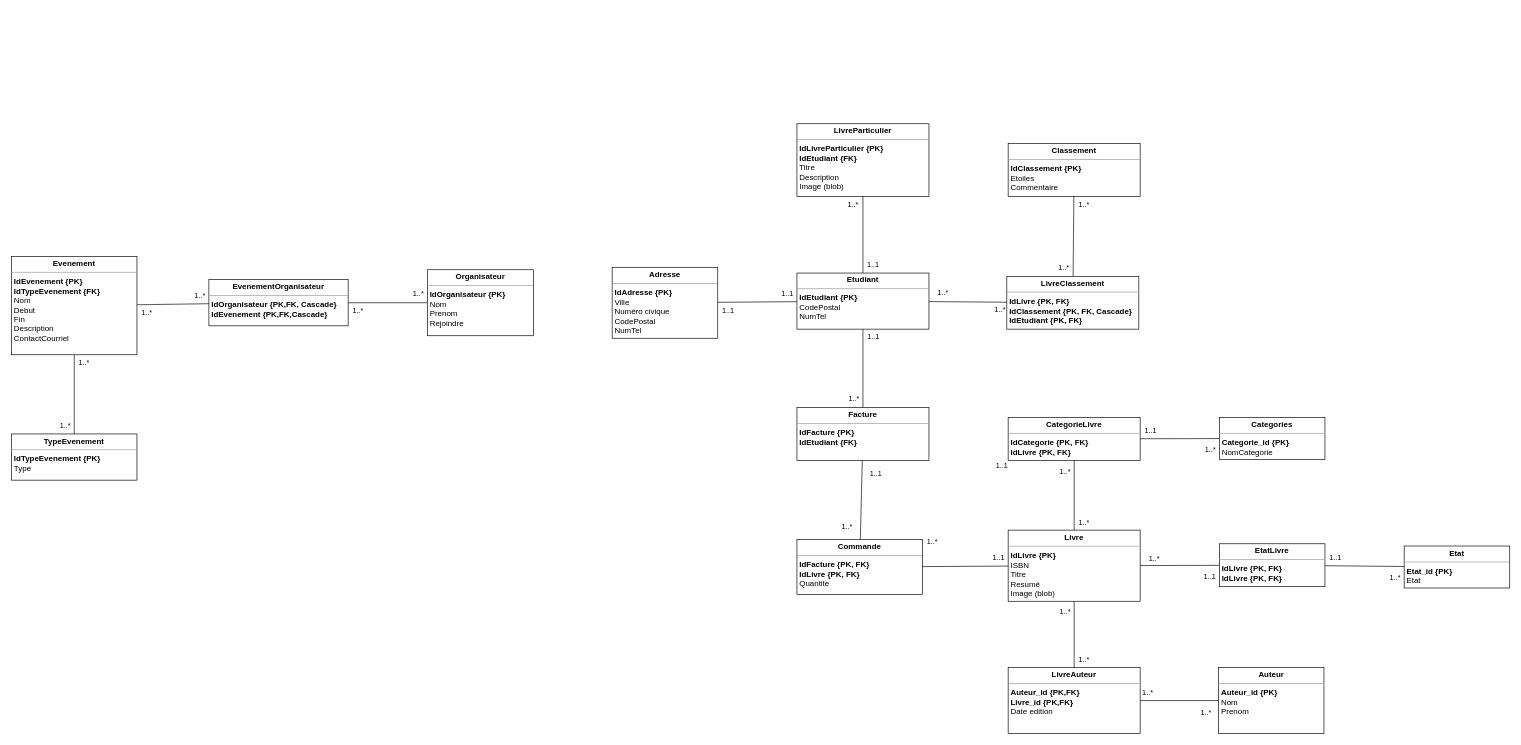
Earlier version of the draw.io diagram page "brouillon" (1 of 2) of org/diagrammes/modele-bd/modele-bd-revised.drawio (Feelschevreuil/vlisside-Survivor). Source tidied: cells renumbered, new cells numbered last; positions are measured from the earlier drawing's top-left corner, leaving out a move shared by most shapes. Both pictures are drawn from the tidied source at 66%, with x=0, y=0 at pixel (11, 123).
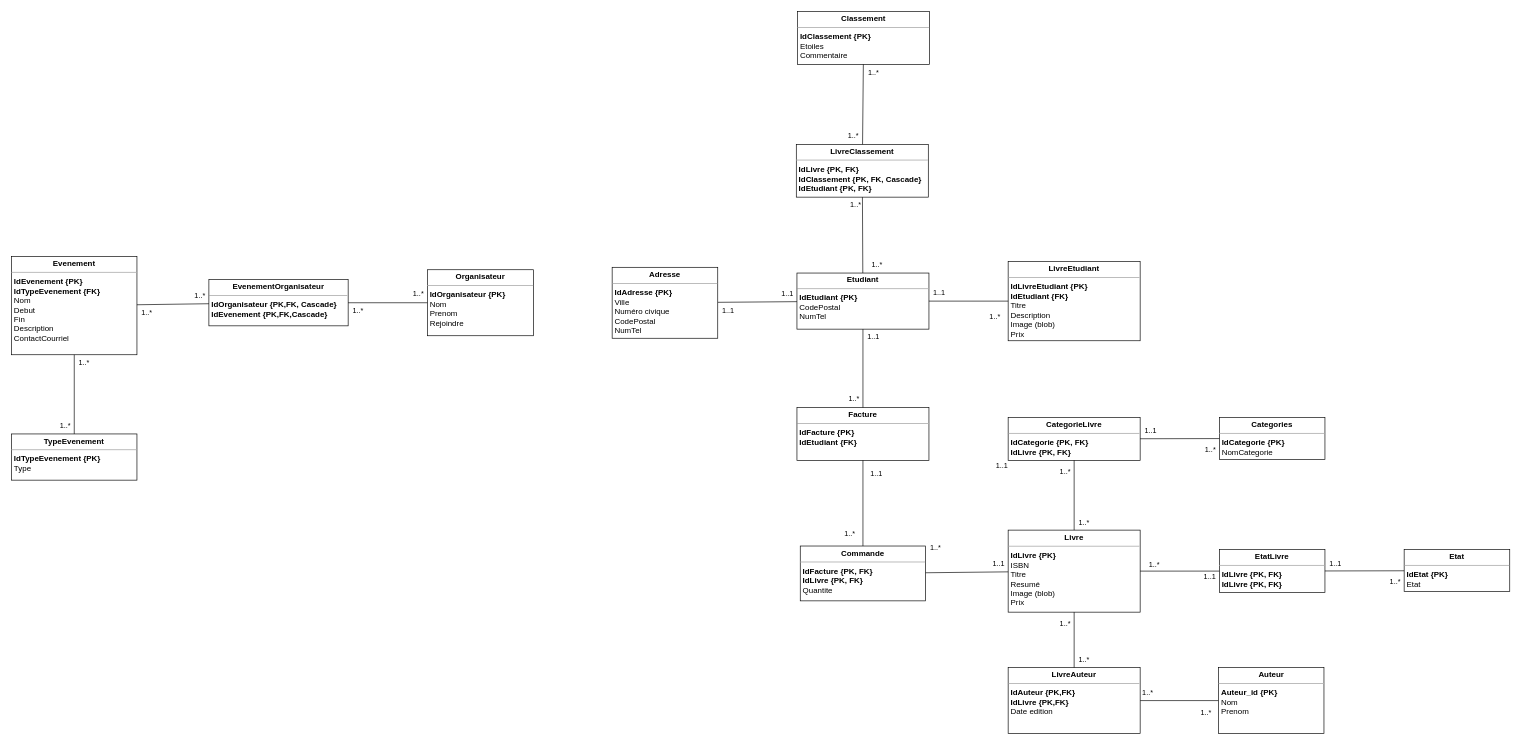
Above is the later version.

Unchanged cells that the change refers to:
```xml
<mxCell id="2" value="&lt;p style=&quot;margin: 0px ; margin-top: 4px ; text-align: center&quot;&gt;&lt;b&gt;Etudiant&lt;/b&gt;&lt;/p&gt;&lt;hr size=&quot;1&quot;&gt;&lt;p style=&quot;margin: 0px ; margin-left: 4px&quot;&gt;&lt;b&gt;IdEtudiant {PK}&lt;/b&gt;&lt;/p&gt;&lt;p style=&quot;margin: 0px ; margin-left: 4px&quot;&gt;CodePostal&lt;/p&gt;&lt;p style=&quot;margin: 0px ; margin-left: 4px&quot;&gt;NumTel&lt;/p&gt;" style="verticalAlign=top;align=left;overflow=fill;fontSize=12;fontFamily=Helvetica;html=1;" parent="1" vertex="1">
  <mxGeometry x="1190" y="226.2" width="200" height="85" as="geometry" />
</mxCell>
```

Change to the diagram source:
```diff
@@
     <mxCell id="6" value="&lt;p style=&quot;margin: 0px ; margin-top: 4px ; text-align: center&quot;&gt;&lt;b&gt;LivreClassement&lt;/b&gt;&lt;/p&gt;&lt;hr size=&quot;1&quot;&gt;&lt;p style=&quot;margin: 0px 0px 0px 4px;&quot;&gt;&lt;b&gt;IdLivre {PK, FK}&lt;/b&gt;&lt;/p&gt;&lt;p style=&quot;margin: 0px 0px 0px 4px;&quot;&gt;&lt;b&gt;IdClassement {PK, FK, Cascade}&lt;/b&gt;&lt;/p&gt;&lt;p style=&quot;margin: 0px 0px 0px 4px;&quot;&gt;&lt;b&gt;IdEtudiant {PK, FK}&lt;/b&gt;&lt;/p&gt;" style="verticalAlign=top;align=left;overflow=fill;fontSize=12;fontFamily=Helvetica;html=1;" parent="1" vertex="1">
-      <mxGeometry x="1508" y="231.2" width="200" height="80" as="geometry" />
+      <mxGeometry x="1189" y="31.2" width="200" height="80" as="geometry" />
     </mxCell>
@@
     <mxCell id="10" value="&lt;p style=&quot;margin: 0px ; margin-top: 4px ; text-align: center&quot;&gt;&lt;b&gt;Classement&lt;/b&gt;&lt;/p&gt;&lt;hr size=&quot;1&quot;&gt;&lt;p style=&quot;margin: 0px 0px 0px 4px;&quot;&gt;&lt;b&gt;IdClassement {PK}&lt;/b&gt;&lt;/p&gt;&lt;p style=&quot;margin: 0px 0px 0px 4px;&quot;&gt;Etoiles&lt;/p&gt;&lt;p style=&quot;margin: 0px 0px 0px 4px;&quot;&gt;Commentaire&lt;/p&gt;" style="verticalAlign=top;align=left;overflow=fill;fontSize=12;fontFamily=Helvetica;html=1;" parent="1" vertex="1">
-      <mxGeometry x="1510" y="30" width="200" height="80" as="geometry" />
+      <mxGeometry x="1191" y="-170" width="200" height="80" as="geometry" />
     </mxCell>
@@
-    <mxCell id="14" value="&lt;p style=&quot;margin: 0px ; margin-top: 4px ; text-align: center&quot;&gt;&lt;b&gt;LivreParticulier&lt;/b&gt;&lt;/p&gt;&lt;hr size=&quot;1&quot;&gt;&lt;p style=&quot;margin: 0px 0px 0px 4px;&quot;&gt;&lt;b&gt;IdLivreParticulier {PK}&lt;/b&gt;&lt;/p&gt;&lt;p style=&quot;margin: 0px 0px 0px 4px;&quot;&gt;&lt;b&gt;IdEtudiant {FK}&lt;/b&gt;&lt;/p&gt;&lt;p style=&quot;margin: 0px 0px 0px 4px;&quot;&gt;Titre&lt;/p&gt;&lt;p style=&quot;margin: 0px 0px 0px 4px;&quot;&gt;Description&lt;br&gt;Image (blob)&lt;/p&gt;" style="verticalAlign=top;align=left;overflow=fill;fontSize=12;fontFamily=Helvetica;html=1;" parent="1" vertex="1">
-      <mxGeometry x="1190" width="200" height="110" as="geometry" />
+    <mxCell id="14" value="&lt;p style=&quot;margin: 0px ; margin-top: 4px ; text-align: center&quot;&gt;&lt;b&gt;LivreEtudiant&lt;/b&gt;&lt;/p&gt;&lt;hr size=&quot;1&quot;&gt;&lt;p style=&quot;margin: 0px 0px 0px 4px;&quot;&gt;&lt;b&gt;IdLivreEtudiant {PK}&lt;/b&gt;&lt;/p&gt;&lt;p style=&quot;margin: 0px 0px 0px 4px;&quot;&gt;&lt;b&gt;IdEtudiant {FK}&lt;/b&gt;&lt;/p&gt;&lt;p style=&quot;margin: 0px 0px 0px 4px;&quot;&gt;Titre&lt;/p&gt;&lt;p style=&quot;margin: 0px 0px 0px 4px;&quot;&gt;Description&lt;br&gt;Image (blob)&lt;/p&gt;&lt;p style=&quot;margin: 0px 0px 0px 4px;&quot;&gt;Prix&lt;/p&gt;" style="verticalAlign=top;align=left;overflow=fill;fontSize=12;fontFamily=Helvetica;html=1;" parent="1" vertex="1">
+      <mxGeometry x="1510" y="208.8" width="200" height="120" as="geometry" />
     </mxCell>
-    <mxCell id="15" style="endArrow=none;html=1;rounded=0;endFill=0;exitX=0.5;exitY=1;exitDx=0;exitDy=0;" parent="1" edge="1" source="14" target="2">
+    <mxCell id="15" style="endArrow=none;html=1;rounded=0;endFill=0;" parent="1" edge="1" source="14" target="2">
       <mxGeometry relative="1" as="geometry" />
     </mxCell>
     <mxCell id="16" value="1..*" style="edgeLabel;html=1;align=left;verticalAlign=bottom;" parent="15" vertex="1">
       <mxGeometry x="-1" relative="1" as="geometry">
-        <mxPoint x="-25" y="20" as="offset" />
+        <mxPoint x="-30" y="31" as="offset" />
       </mxGeometry>
     </mxCell>
@@
     <mxCell id="22" value="&lt;p style=&quot;margin: 0px ; margin-top: 4px ; text-align: center&quot;&gt;&lt;b&gt;Commande&lt;/b&gt;&lt;/p&gt;&lt;hr size=&quot;1&quot;&gt;&lt;p style=&quot;margin: 0px ; margin-left: 4px&quot;&gt;&lt;b style=&quot;background-color: initial;&quot;&gt;IdFacture {PK, FK}&lt;/b&gt;&lt;br&gt;&lt;/p&gt;&lt;p style=&quot;margin: 0px ; margin-left: 4px&quot;&gt;&lt;b&gt;IdLivre {PK, FK}&lt;/b&gt;&lt;/p&gt;&lt;p style=&quot;margin: 0px ; margin-left: 4px&quot;&gt;Quantite&lt;/p&gt;" style="verticalAlign=top;align=left;overflow=fill;fontSize=12;fontFamily=Helvetica;html=1;" parent="1" vertex="1">
-      <mxGeometry x="1190" y="630" width="190" height="83.1" as="geometry" />
+      <mxGeometry x="1195" y="639.8" width="190" height="83.1" as="geometry" />
     </mxCell>
@@
-    <mxCell id="26" value="&lt;p style=&quot;margin: 0px ; margin-top: 4px ; text-align: center&quot;&gt;&lt;b&gt;Livre&lt;/b&gt;&lt;/p&gt;&lt;hr size=&quot;1&quot;&gt;&lt;p style=&quot;margin: 0px ; margin-left: 4px&quot;&gt;&lt;b&gt;IdLivre {PK}&lt;/b&gt;&lt;/p&gt;&lt;p style=&quot;margin: 0px ; margin-left: 4px&quot;&gt;ISBN&lt;/p&gt;&lt;p style=&quot;margin: 0px ; margin-left: 4px&quot;&gt;Titre&lt;/p&gt;&lt;p style=&quot;margin: 0px ; margin-left: 4px&quot;&gt;Resumé&lt;/p&gt;&lt;p style=&quot;margin: 0px ; margin-left: 4px&quot;&gt;Image (blob)&lt;/p&gt;" style="verticalAlign=top;align=left;overflow=fill;fontSize=12;fontFamily=Helvetica;html=1;" parent="1" vertex="1">
-      <mxGeometry x="1510" y="615.7" width="200" height="107.8" as="geometry" />
+    <mxCell id="26" value="&lt;p style=&quot;margin: 0px ; margin-top: 4px ; text-align: center&quot;&gt;&lt;b&gt;Livre&lt;/b&gt;&lt;/p&gt;&lt;hr size=&quot;1&quot;&gt;&lt;p style=&quot;margin: 0px ; margin-left: 4px&quot;&gt;&lt;b&gt;IdLivre {PK}&lt;/b&gt;&lt;/p&gt;&lt;p style=&quot;margin: 0px ; margin-left: 4px&quot;&gt;ISBN&lt;/p&gt;&lt;p style=&quot;margin: 0px ; margin-left: 4px&quot;&gt;Titre&lt;/p&gt;&lt;p style=&quot;margin: 0px ; margin-left: 4px&quot;&gt;Resumé&lt;/p&gt;&lt;p style=&quot;margin: 0px ; margin-left: 4px&quot;&gt;Image (blob)&lt;/p&gt;&lt;p style=&quot;margin: 0px ; margin-left: 4px&quot;&gt;Prix&lt;/p&gt;" style="verticalAlign=top;align=left;overflow=fill;fontSize=12;fontFamily=Helvetica;html=1;" parent="1" vertex="1">
+      <mxGeometry x="1510" y="615.7" width="200" height="124.3" as="geometry" />
     </mxCell>
@@
     <mxCell id="30" value="&lt;p style=&quot;margin: 0px ; margin-top: 4px ; text-align: center&quot;&gt;&lt;b&gt;EtatLivre&lt;/b&gt;&lt;/p&gt;&lt;hr size=&quot;1&quot;&gt;&lt;p style=&quot;margin: 0px 0px 0px 4px;&quot;&gt;&lt;b&gt;IdLivre {PK, FK}&lt;/b&gt;&lt;/p&gt;&lt;p style=&quot;margin: 0px 0px 0px 4px;&quot;&gt;&lt;b&gt;IdLivre {PK, FK}&lt;/b&gt;&lt;/p&gt;" style="verticalAlign=top;align=left;overflow=fill;fontSize=12;fontFamily=Helvetica;html=1;" parent="1" vertex="1">
-      <mxGeometry x="1830" y="636.4" width="160" height="65" as="geometry" />
+      <mxGeometry x="1830" y="645.3" width="160" height="65" as="geometry" />
     </mxCell>
@@
-    <mxCell id="34" value="&lt;p style=&quot;margin: 0px ; margin-top: 4px ; text-align: center&quot;&gt;&lt;b&gt;Etat&lt;/b&gt;&lt;/p&gt;&lt;hr size=&quot;1&quot;&gt;&lt;p style=&quot;margin: 0px ; margin-left: 4px&quot;&gt;&lt;b&gt;Etat_id {PK}&lt;/b&gt;&lt;/p&gt;&lt;p style=&quot;margin: 0px ; margin-left: 4px&quot;&gt;Etat&lt;/p&gt;" style="verticalAlign=top;align=left;overflow=fill;fontSize=12;fontFamily=Helvetica;html=1;" parent="1" vertex="1">
-      <mxGeometry x="2110" y="639.8" width="160" height="63.6" as="geometry" />
+    <mxCell id="34" value="&lt;p style=&quot;margin: 0px ; margin-top: 4px ; text-align: center&quot;&gt;&lt;b&gt;Etat&lt;/b&gt;&lt;/p&gt;&lt;hr size=&quot;1&quot;&gt;&lt;p style=&quot;margin: 0px ; margin-left: 4px&quot;&gt;&lt;b&gt;IdEtat {PK}&lt;/b&gt;&lt;/p&gt;&lt;p style=&quot;margin: 0px ; margin-left: 4px&quot;&gt;Etat&lt;/p&gt;" style="verticalAlign=top;align=left;overflow=fill;fontSize=12;fontFamily=Helvetica;html=1;" parent="1" vertex="1">
+      <mxGeometry x="2110" y="645.3" width="160" height="63.6" as="geometry" />
     </mxCell>
@@
-    <mxCell id="40" value="&lt;p style=&quot;margin: 0px ; margin-top: 4px ; text-align: center&quot;&gt;&lt;b&gt;LivreAuteur&lt;/b&gt;&lt;/p&gt;&lt;hr size=&quot;1&quot;&gt;&lt;p style=&quot;margin: 0px ; margin-left: 4px&quot;&gt;&lt;b&gt;Auteur_id&lt;/b&gt;&lt;b style=&quot;background-color: initial;&quot;&gt;&amp;nbsp;{PK,FK}&lt;/b&gt;&lt;/p&gt;&lt;p style=&quot;margin: 0px ; margin-left: 4px&quot;&gt;&lt;b&gt;Livre_id {PK,FK}&lt;/b&gt;&lt;/p&gt;&lt;p style=&quot;margin: 0px ; margin-left: 4px&quot;&gt;&lt;span style=&quot;background-color: initial;&quot;&gt;Date edition&lt;/span&gt;&lt;/p&gt;&lt;b&gt;&lt;br&gt;&lt;/b&gt;" style="verticalAlign=top;align=left;overflow=fill;fontSize=12;fontFamily=Helvetica;html=1;" parent="1" vertex="1">
+    <mxCell id="40" value="&lt;p style=&quot;margin: 0px ; margin-top: 4px ; text-align: center&quot;&gt;&lt;b&gt;LivreAuteur&lt;/b&gt;&lt;/p&gt;&lt;hr size=&quot;1&quot;&gt;&lt;p style=&quot;margin: 0px ; margin-left: 4px&quot;&gt;&lt;b&gt;IdAuteur&lt;/b&gt;&lt;b style=&quot;background-color: initial;&quot;&gt;&amp;nbsp;{PK,FK}&lt;/b&gt;&lt;/p&gt;&lt;p style=&quot;margin: 0px ; margin-left: 4px&quot;&gt;&lt;b&gt;IdLivre {PK,FK}&lt;/b&gt;&lt;/p&gt;&lt;p style=&quot;margin: 0px ; margin-left: 4px&quot;&gt;&lt;span style=&quot;background-color: initial;&quot;&gt;Date edition&lt;/span&gt;&lt;/p&gt;&lt;b&gt;&lt;br&gt;&lt;/b&gt;" style="verticalAlign=top;align=left;overflow=fill;fontSize=12;fontFamily=Helvetica;html=1;" parent="1" vertex="1">
       <mxGeometry x="1510" y="824" width="200" height="100" as="geometry" />
     </mxCell>
@@
-    <mxCell id="61" value="&lt;p style=&quot;margin: 0px ; margin-top: 4px ; text-align: center&quot;&gt;&lt;b&gt;Categories&lt;/b&gt;&lt;/p&gt;&lt;hr size=&quot;1&quot;&gt;&lt;p style=&quot;margin: 0px ; margin-left: 4px&quot;&gt;&lt;b&gt;Categorie_id {PK}&lt;/b&gt;&lt;/p&gt;&lt;p style=&quot;margin: 0px ; margin-left: 4px&quot;&gt;NomCategorie&lt;/p&gt;" style="verticalAlign=top;align=left;overflow=fill;fontSize=12;fontFamily=Helvetica;html=1;" parent="1" vertex="1">
+    <mxCell id="61" value="&lt;p style=&quot;margin: 0px ; margin-top: 4px ; text-align: center&quot;&gt;&lt;b&gt;Categories&lt;/b&gt;&lt;/p&gt;&lt;hr size=&quot;1&quot;&gt;&lt;p style=&quot;margin: 0px ; margin-left: 4px&quot;&gt;&lt;b&gt;IdCategorie {PK}&lt;/b&gt;&lt;/p&gt;&lt;p style=&quot;margin: 0px ; margin-left: 4px&quot;&gt;NomCategorie&lt;/p&gt;" style="verticalAlign=top;align=left;overflow=fill;fontSize=12;fontFamily=Helvetica;html=1;" parent="1" vertex="1">
       <mxGeometry x="1830" y="445" width="160" height="63.6" as="geometry" />
     </mxCell>
```
